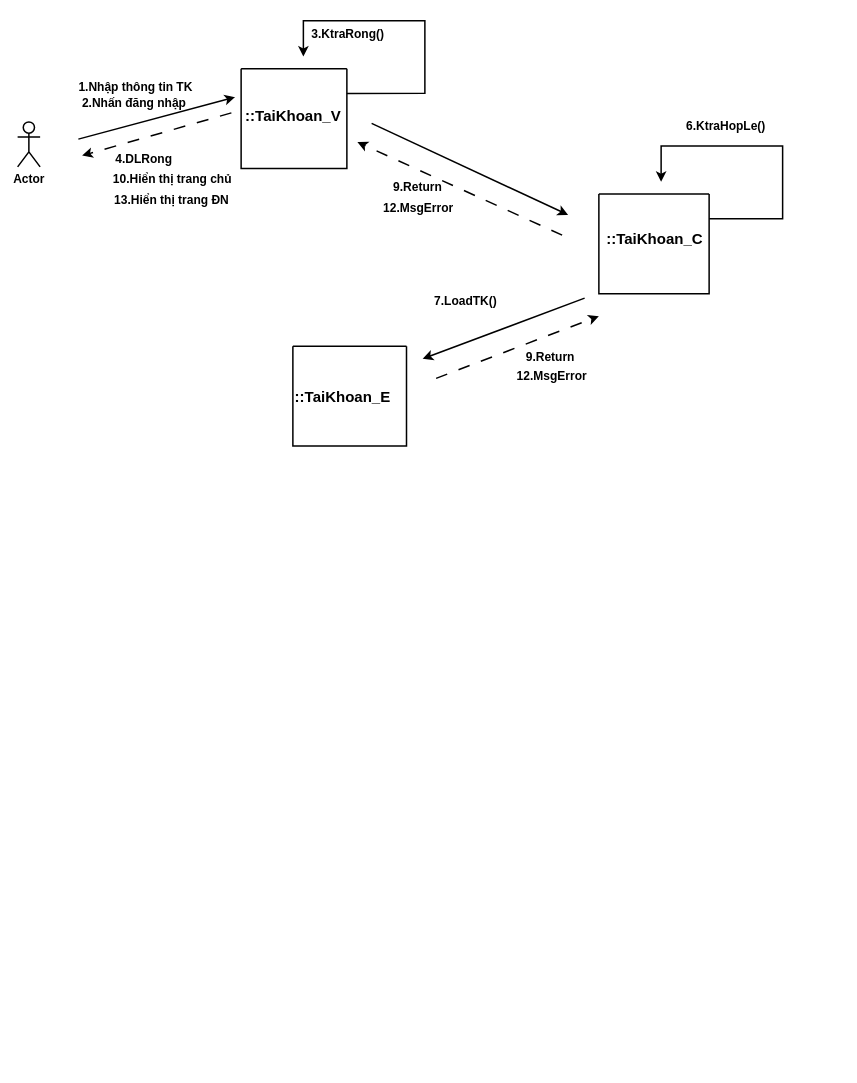
Earlier version of the draw.io diagram C6SODO.drawio (nguyenngocnghia112k/DOANCN). Source tidied: cells renumbered, new cells numbered last; positions are measured from the earlier drawing's top-left corner, leaving out a move shared by most shapes. Both pictures are drawn from the tidied source at 75%, with x=0, y=0 at pixel (17, 20).
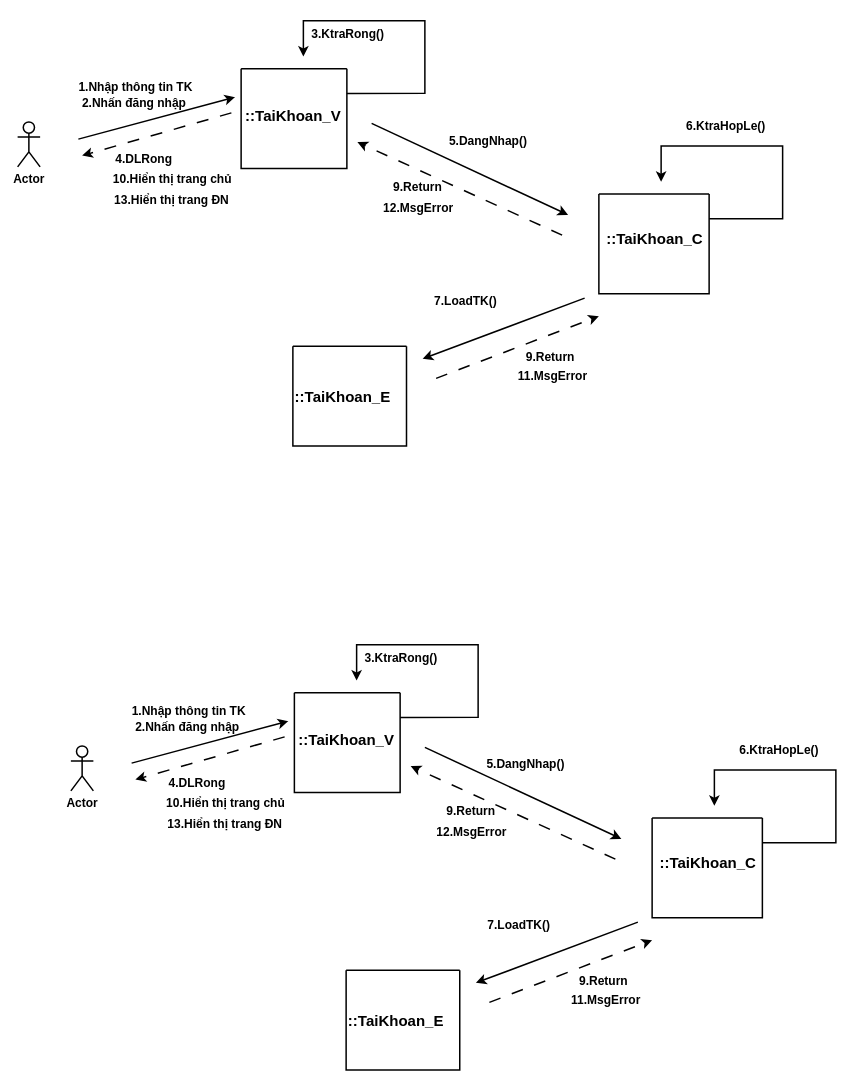
Above is the later version.

Commit message (it also covers changes not shown here):
Cập nhật C6SODO.drawio

Diff of the diagram source:
```diff
@@
-    <mxCell id="28" value="12.MsgError" style="text;html=1;align=center;verticalAlign=middle;strokeColor=none;fillColor=none;fontSize=16;strokeWidth=2;fontStyle=1;" parent="1" vertex="1">
-      <mxGeometry x="656.5" y="457" width="111" height="31" as="geometry" />
+    <mxCell id="28" value="11.MsgError" style="text;html=1;align=center;verticalAlign=middle;strokeColor=none;fillColor=none;fontSize=16;strokeWidth=2;fontStyle=1;" parent="1" vertex="1">
+      <mxGeometry x="657.5" y="457" width="110" height="31" as="geometry" />
     </mxCell>
+    <mxCell id="29" style="endArrow=classic;html=1;rounded=0;fontSize=12;startSize=8;endSize=8;edgeStyle=orthogonalEdgeStyle;exitX=1;exitY=0.25;exitDx=0;exitDy=0;fontStyle=1;strokeWidth=2;" parent="1" edge="1" source="31">
+      <mxGeometry relative="1" as="geometry">
+        <mxPoint x="452" y="880" as="targetPoint" />
+        <Array as="points">
+          <mxPoint x="516" y="929" />
+          <mxPoint x="614" y="929" />
+          <mxPoint x="614" y="832" />
+          <mxPoint x="452" y="832" />
+        </Array>
+      </mxGeometry>
+    </mxCell>
+    <mxCell id="30" value="Actor" style="shape=umlActor;verticalLabelPosition=bottom;verticalAlign=top;html=1;fontSize=16;perimeterSpacing=0;strokeWidth=2;fontStyle=1;" parent="1" vertex="1">
+      <mxGeometry x="71" y="967" width="30" height="60" as="geometry" />
+    </mxCell>
+    <mxCell id="31" style="swimlane;startSize=0;fontSize=20;fontStyle=1;strokeWidth=2;html=1;" parent="1" vertex="1">
+      <mxGeometry x="369" y="896" width="141" height="133" as="geometry" />
+    </mxCell>
+    <mxCell id="32" value="::TaiKhoan_V" style="text;html=1;align=center;verticalAlign=middle;strokeColor=none;fillColor=none;fontSize=20;fontStyle=1;strokeWidth=2;" parent="31" vertex="1">
+      <mxGeometry x="-4" y="44" width="145" height="36" as="geometry" />
+    </mxCell>
+    <mxCell id="33" style="endArrow=classic;html=1;rounded=0;fontSize=12;startSize=8;endSize=8;curved=1;fontStyle=1;strokeWidth=2;" parent="1" edge="1">
+      <mxGeometry relative="1" as="geometry">
+        <mxPoint x="152" y="990" as="sourcePoint" />
+        <mxPoint x="361" y="934" as="targetPoint" />
+      </mxGeometry>
+    </mxCell>
+    <mxCell id="34" value="1.Nhập thông tin TK" style="text;html=1;align=center;verticalAlign=middle;strokeColor=none;fillColor=none;fontSize=16;fontStyle=1;strokeWidth=2;" parent="1" vertex="1">
+      <mxGeometry x="143" y="904" width="170" height="31" as="geometry" />
+    </mxCell>
+    <mxCell id="35" style="endArrow=classic;html=1;rounded=0;fontSize=12;startSize=8;endSize=8;edgeStyle=orthogonalEdgeStyle;exitX=1;exitY=0.25;exitDx=0;exitDy=0;fontStyle=1;strokeWidth=2;" parent="1" edge="1" source="36">
+      <mxGeometry relative="1" as="geometry">
+        <mxPoint x="929" y="1047" as="targetPoint" />
+        <Array as="points">
+          <mxPoint x="993" y="1096" />
+          <mxPoint x="1091" y="1096" />
+          <mxPoint x="1091" y="999" />
+          <mxPoint x="929" y="999" />
+        </Array>
+      </mxGeometry>
+    </mxCell>
+    <mxCell id="36" style="swimlane;startSize=0;fontSize=20;fontStyle=1;strokeWidth=2;html=1;" parent="1" vertex="1">
+      <mxGeometry x="846" y="1063" width="147" height="133" as="geometry" />
+    </mxCell>
+    <mxCell id="37" value="::TaiKhoan_C" style="text;html=1;align=center;verticalAlign=middle;strokeColor=none;fillColor=none;fontSize=20;fontStyle=1;strokeWidth=2;" parent="36" vertex="1">
+      <mxGeometry y="41" width="147" height="36" as="geometry" />
+    </mxCell>
+    <mxCell id="38" style="swimlane;startSize=0;fontSize=20;fontStyle=1;strokeWidth=2;html=1;" parent="1" vertex="1">
+      <mxGeometry x="438" y="1266" width="151.5" height="133" as="geometry" />
+    </mxCell>
+    <mxCell id="39" value="::TaiKhoan_E" style="text;html=1;align=center;verticalAlign=middle;strokeColor=none;fillColor=none;fontSize=20;fontStyle=1;strokeWidth=2;" parent="38" vertex="1">
+      <mxGeometry x="-7" y="48.5" width="145" height="36" as="geometry" />
+    </mxCell>
+    <mxCell id="40" value="2.Nhấn đăng nhập" style="text;html=1;align=center;verticalAlign=middle;strokeColor=none;fillColor=none;fontSize=16;fontStyle=1;strokeWidth=2;" parent="1" vertex="1">
+      <mxGeometry x="147" y="925" width="157" height="31" as="geometry" />
+    </mxCell>
+    <mxCell id="41" value="3.KtraRong()" style="text;html=1;align=center;verticalAlign=middle;strokeColor=none;fillColor=none;fontSize=16;strokeWidth=2;fontStyle=1;" parent="1" vertex="1">
+      <mxGeometry x="453" y="833" width="115" height="31" as="geometry" />
+    </mxCell>
+    <mxCell id="42" style="endArrow=classic;html=1;rounded=0;fontSize=12;startSize=8;endSize=8;curved=1;dashed=1;dashPattern=8 8;strokeWidth=2;fontStyle=1;" parent="1" edge="1">
+      <mxGeometry relative="1" as="geometry">
+        <mxPoint x="356" y="955" as="sourcePoint" />
+        <mxPoint x="157" y="1012" as="targetPoint" />
+      </mxGeometry>
+    </mxCell>
+    <mxCell id="43" style="endArrow=classic;html=1;rounded=0;fontSize=12;startSize=8;endSize=8;curved=1;dashed=1;dashPattern=8 8;strokeWidth=2;fontStyle=1;" parent="1" edge="1">
+      <mxGeometry relative="1" as="geometry">
+        <mxPoint x="797" y="1118" as="sourcePoint" />
+        <mxPoint x="524" y="994" as="targetPoint" />
+      </mxGeometry>
+    </mxCell>
+    <mxCell id="44" style="endArrow=classic;html=1;rounded=0;fontSize=12;startSize=8;endSize=8;curved=1;fontStyle=1;strokeWidth=2;" parent="1" edge="1">
+      <mxGeometry relative="1" as="geometry">
+        <mxPoint x="543" y="969" as="sourcePoint" />
+        <mxPoint x="805" y="1091" as="targetPoint" />
+      </mxGeometry>
+    </mxCell>
+    <mxCell id="45" style="endArrow=classic;html=1;rounded=0;fontSize=12;startSize=8;endSize=8;curved=1;fontStyle=1;strokeWidth=2;" parent="1" edge="1">
+      <mxGeometry relative="1" as="geometry">
+        <mxPoint x="827" y="1202" as="sourcePoint" />
+        <mxPoint x="611" y="1283" as="targetPoint" />
+      </mxGeometry>
+    </mxCell>
+    <mxCell id="46" style="endArrow=classic;html=1;rounded=0;fontSize=12;startSize=8;endSize=8;curved=1;dashed=1;dashPattern=8 8;strokeWidth=2;fontStyle=1;" parent="1" edge="1">
+      <mxGeometry relative="1" as="geometry">
+        <mxPoint x="629" y="1309" as="sourcePoint" />
+        <mxPoint x="846" y="1226" as="targetPoint" />
+      </mxGeometry>
+    </mxCell>
+    <mxCell id="47" value="6.KtraHopLe()" style="text;html=1;align=center;verticalAlign=middle;strokeColor=none;fillColor=none;fontSize=16;strokeWidth=2;fontStyle=1;" parent="1" vertex="1">
+      <mxGeometry x="953" y="956" width="124" height="31" as="geometry" />
+    </mxCell>
+    <mxCell id="48" value="9.Return" style="text;html=1;align=center;verticalAlign=middle;strokeColor=none;fillColor=none;fontSize=16;strokeWidth=2;fontStyle=1;" parent="1" vertex="1">
+      <mxGeometry x="562" y="1038" width="83" height="31" as="geometry" />
+    </mxCell>
+    <mxCell id="49" value="12.MsgError" style="text;html=1;align=center;verticalAlign=middle;strokeColor=none;fillColor=none;fontSize=16;strokeWidth=2;fontStyle=1;" parent="1" vertex="1">
+      <mxGeometry x="549" y="1066" width="111" height="31" as="geometry" />
+    </mxCell>
+    <mxCell id="50" value="4.DLRong" style="text;html=1;align=center;verticalAlign=middle;strokeColor=none;fillColor=none;fontSize=16;strokeWidth=2;fontStyle=1;" parent="1" vertex="1">
+      <mxGeometry x="192" y="1000" width="94" height="31" as="geometry" />
+    </mxCell>
+    <mxCell id="51" value="10.Hiển thị trang chủ" style="text;html=1;align=center;verticalAlign=middle;strokeColor=none;fillColor=none;fontSize=16;strokeWidth=2;fontStyle=1;" parent="1" vertex="1">
+      <mxGeometry x="189" y="1027" width="176" height="31" as="geometry" />
+    </mxCell>
+    <mxCell id="52" value="13.Hiển thị trang ĐN" style="text;html=1;align=center;verticalAlign=middle;strokeColor=none;fillColor=none;fontSize=16;strokeWidth=2;fontStyle=1;" parent="1" vertex="1">
+      <mxGeometry x="190" y="1055" width="171" height="31" as="geometry" />
+    </mxCell>
+    <mxCell id="53" value="9.Return" style="text;whiteSpace=wrap;html=1;fontSize=16;strokeWidth=2;fontStyle=1;" parent="1" vertex="1">
+      <mxGeometry x="746.5" y="1264" width="89" height="41" as="geometry" />
+    </mxCell>
+    <mxCell id="54" value="7.LoadTK()" style="text;html=1;align=center;verticalAlign=middle;strokeColor=none;fillColor=none;fontSize=16;strokeWidth=2;fontStyle=1;" parent="1" vertex="1">
+      <mxGeometry x="617" y="1190" width="102" height="31" as="geometry" />
+    </mxCell>
+    <mxCell id="55" value="11.MsgError" style="text;html=1;align=center;verticalAlign=middle;strokeColor=none;fillColor=none;fontSize=16;strokeWidth=2;fontStyle=1;" parent="1" vertex="1">
+      <mxGeometry x="728.5" y="1289" width="110" height="31" as="geometry" />
+    </mxCell>
+    <mxCell id="56" value="5.DangNhap()" style="text;html=1;align=center;verticalAlign=middle;strokeColor=none;fillColor=none;fontSize=16;fontStyle=1;" parent="1" vertex="1">
+      <mxGeometry x="616" y="975" width="122" height="31" as="geometry" />
+    </mxCell>
+    <mxCell id="57" value="5.DangNhap()" style="text;html=1;align=center;verticalAlign=middle;strokeColor=none;fillColor=none;fontSize=16;fontStyle=1;" parent="1" vertex="1">
+      <mxGeometry x="566" y="144" width="122" height="31" as="geometry" />
+    </mxCell>
```
